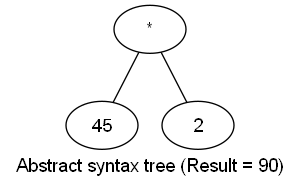
This is ash/output.png from Xitog/ash, a Graphviz export, as it was before one commit. Its source is kept beside it as ash/output.dot.
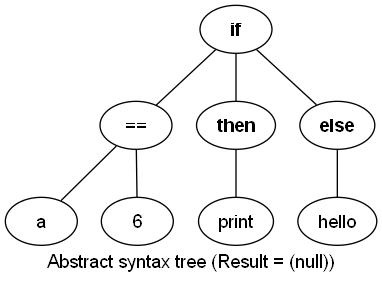
After the change.

Diff of the diagram source:
```diff
@@ -2,16 +2,31 @@
 {
     fontname="Helvetica,Arial,sans-serif"
     node [fontname="Helvetica,Arial,sans-serif"]
-    label = "Abstract syntax tree (Result = 90)"
+    label = "Abstract syntax tree (Result = (null))"
     subgraph s1
     {
         n1 ;
-        n1 [label="*"]
+        n1 [label="if" fontname="Helvetica,Arial,sans-serif bold"]
         n2 ;
-        n2 [label="45"]
+        n2 [label="=="]
         n1 -- n2 ;
         n3 ;
-        n3 [label="2"]
-        n1 -- n3 ;
+        n3 [label="a"]
+        n2 -- n3 ;
+        n4 ;
+        n4 [label="6"]
+        n2 -- n4 ;
+        n5 ;
+        n5 [label="then" fontname="Helvetica,Arial,sans-serif bold"]
+        n1 -- n5 ;
+        n6 ;
+        n6 [label="print"]
+        n5 -- n6 ;
+        n7 ;
+        n7 [label="else" fontname="Helvetica,Arial,sans-serif bold"]
+        n1 -- n7 ;
+        n8 ;
+        n8 [label="hello"]
+        n7 -- n8 ;
     }
 }
```
